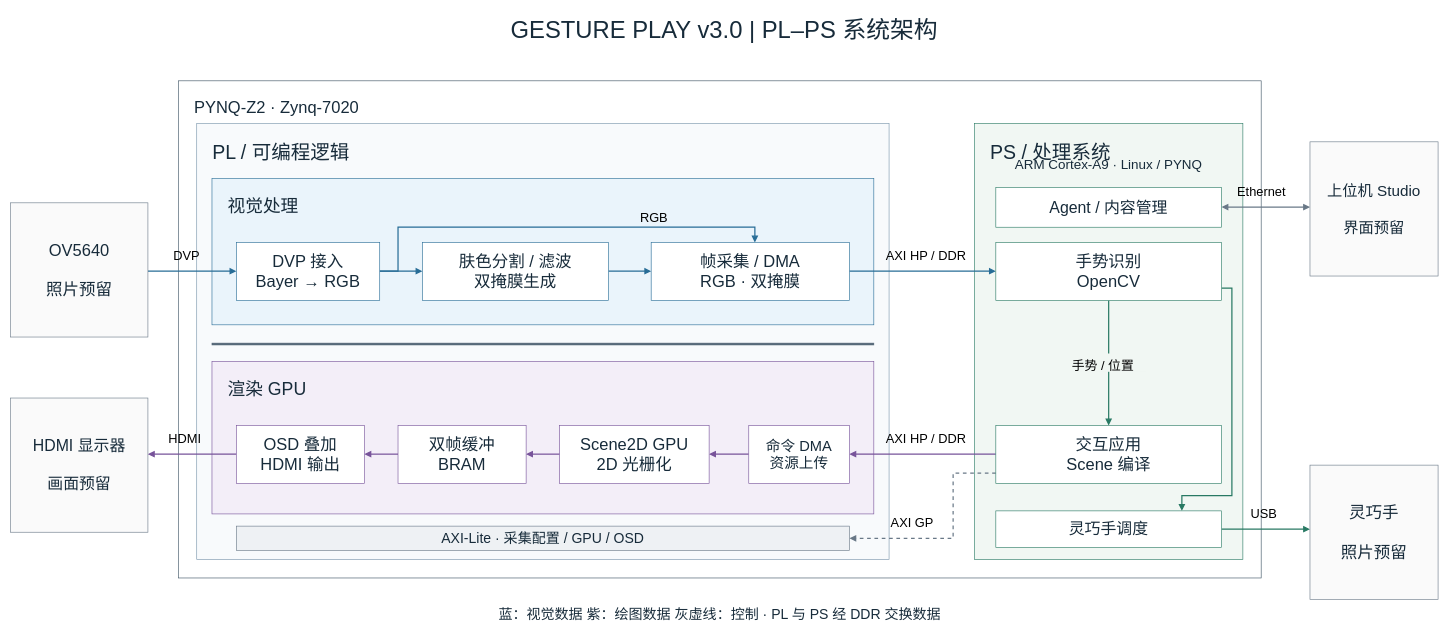
Before: project/report/figures/pl_ps_v3/concise_v2/system_zh.drawio in hyh2758832315/pynq-gesture-play, a draw.io diagram. Source tidied: cells renumbered, new cells numbered last; positions are measured from the earlier drawing's top-left corner, leaving out a move shared by most shapes. Both pictures are drawn from the tidied source at 61%, with x=0, y=0 at pixel (10, 10).
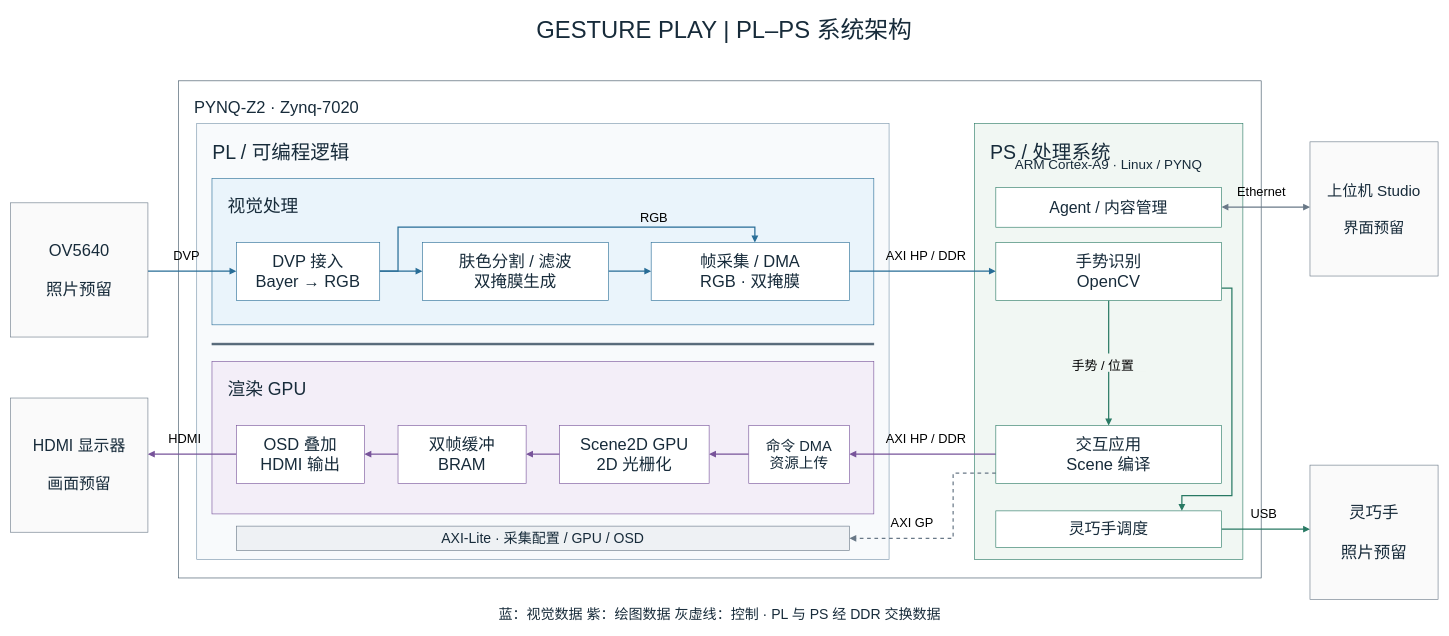
After the change.

Diff of the diagram source:
```diff
@@
-    <mxCell id="22" value="GESTURE PLAY v3.0  |  PL–PS 系统架构" style="rounded=0;whiteSpace=wrap;html=0;fillColor=#ffffff;strokeColor=#697887;fontColor=#172b3a;fontFamily=Microsoft YaHei;fontSize=39;spacing=12;fillColor=none;strokeColor=none;" parent="1" vertex="1">
+    <mxCell id="22" value="GESTURE PLAY  |  PL–PS 系统架构" style="rounded=0;whiteSpace=wrap;html=0;fillColor=#ffffff;strokeColor=#697887;fontColor=#172b3a;fontFamily=Microsoft YaHei;fontSize=39;spacing=12;fillColor=none;strokeColor=none;" parent="1" vertex="1">
       <mxGeometry width="2340" height="65" as="geometry" />
     </mxCell>
```
